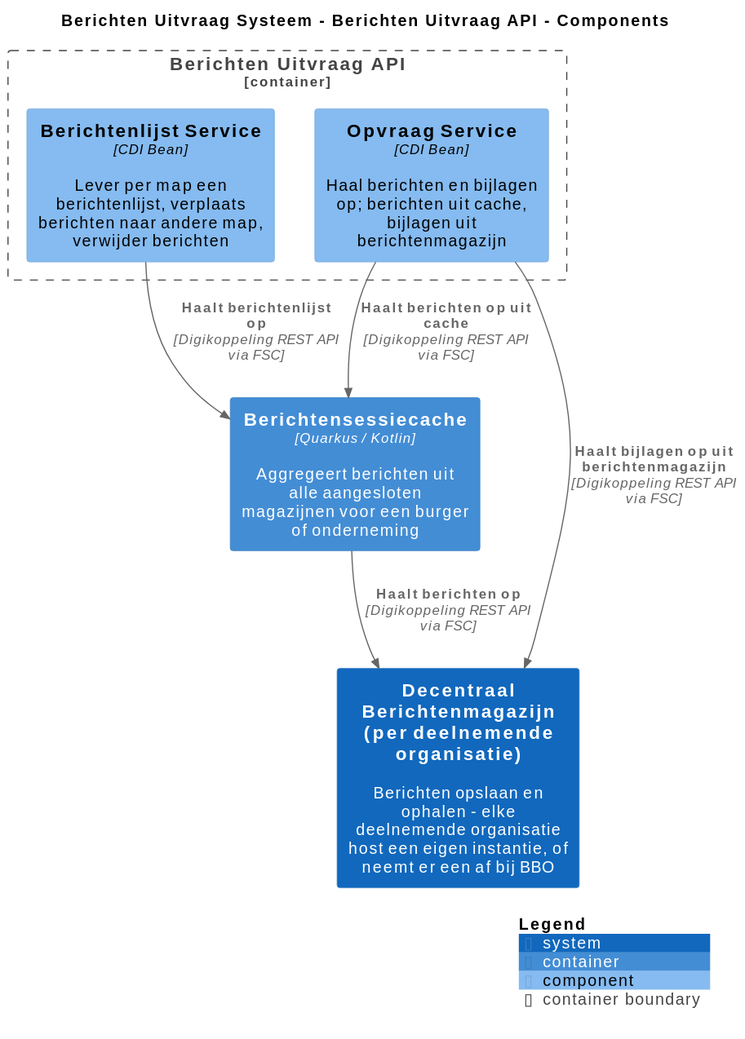
Above: pr-preview/pr-16/master/svg/BerichtenUitvraagAPIComponenten.svg in MinBZK/moza-poc-fbs-berichtenbox (PlantUML), before the change. Its source is kept beside it as pr-preview/pr-16/master/puml/BerichtenUitvraagAPIComponenten.puml.
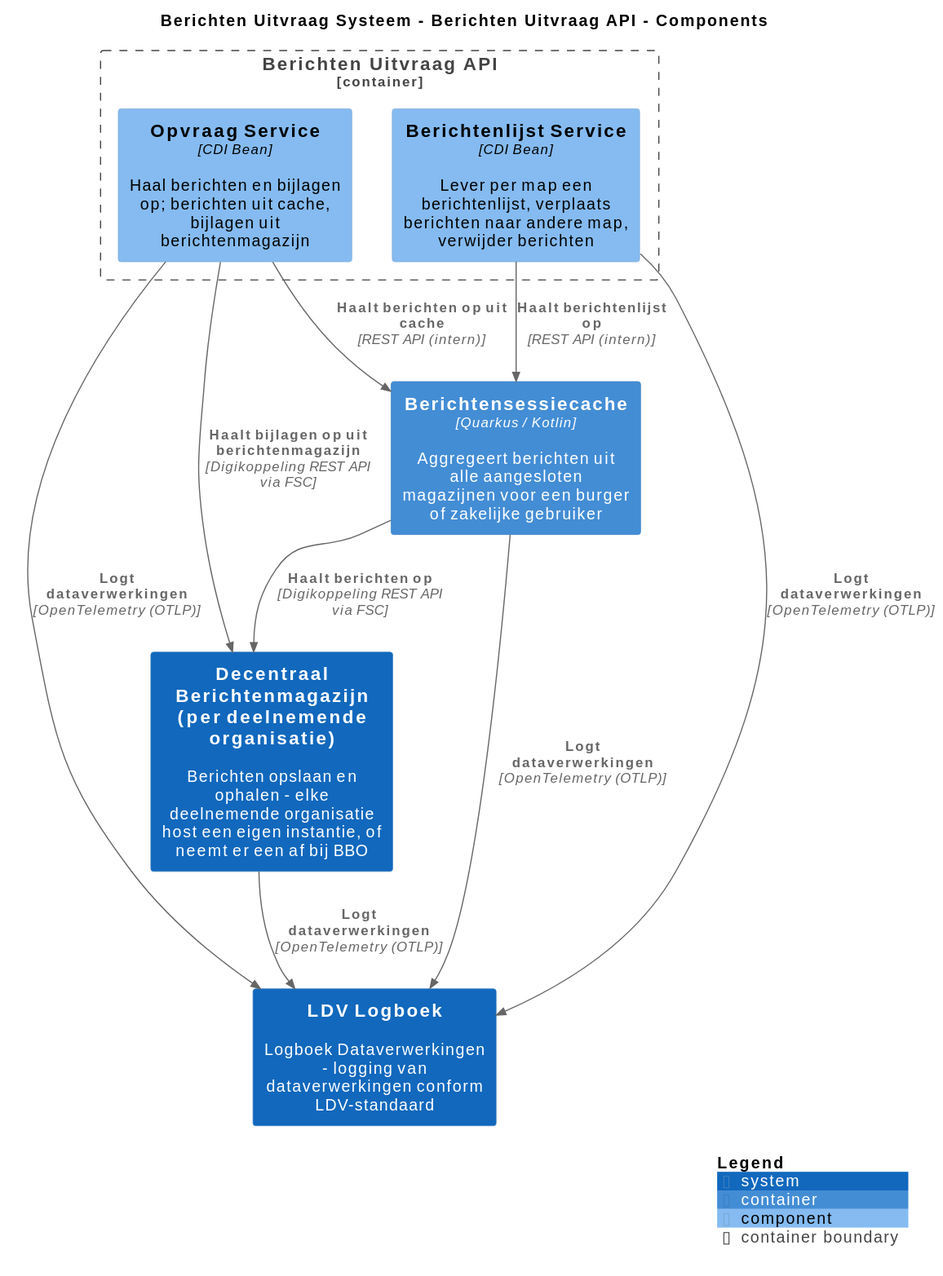
The same diagram one commit later.

Diff of the diagram source:
```diff
@@ -10,17 +10,22 @@
 !include <C4/C4_Component>
 
 System(DecentraalBerichtenmagazijnperdeelnemendeorganisatie, "Decentraal Berichtenmagazijn (per deelnemende organisatie)", $descr="Berichten opslaan en ophalen - elke deelnemende organisatie host een eigen instantie, of neemt er een af bij BBO", $tags="", $link="")
-Container(BerichtenUitvraagSysteem.Berichtensessiecache, "Berichtensessiecache", $techn="Quarkus / Kotlin", $descr="Aggregeert berichten uit alle aangesloten magazijnen voor een burger of onderneming", $tags="", $link="")
+Container(BerichtenUitvraagSysteem.Berichtensessiecache, "Berichtensessiecache", $techn="Quarkus / Kotlin", $descr="Aggregeert berichten uit alle aangesloten magazijnen voor een burger of zakelijke gebruiker", $tags="", $link="")
+System(LDVLogboek, "LDV Logboek", $descr="Logboek Dataverwerkingen - logging van dataverwerkingen conform LDV-standaard", $tags="", $link="")
 
 Container_Boundary("BerichtenUitvraagSysteem.BerichtenUitvraagAPI_boundary", "Berichten Uitvraag API", $tags="") {
   Component(BerichtenUitvraagSysteem.BerichtenUitvraagAPI.BerichtenlijstService, "Berichtenlijst Service", $techn="CDI Bean", $descr="Lever per map een berichtenlijst, verplaats berichten naar andere map, verwijder berichten", $tags="", $link="")
   Component(BerichtenUitvraagSysteem.BerichtenUitvraagAPI.OpvraagService, "Opvraag Service", $techn="CDI Bean", $descr="Haal berichten en bijlagen op; berichten uit cache, bijlagen uit berichtenmagazijn", $tags="", $link="")
 }
 
+Rel(BerichtenUitvraagSysteem.Berichtensessiecache, LDVLogboek, "Logt dataverwerkingen", $techn="OpenTelemetry (OTLP)", $tags="", $link="")
+Rel(BerichtenUitvraagSysteem.BerichtenUitvraagAPI.BerichtenlijstService, LDVLogboek, "Logt dataverwerkingen", $techn="OpenTelemetry (OTLP)", $tags="", $link="")
+Rel(BerichtenUitvraagSysteem.BerichtenUitvraagAPI.OpvraagService, LDVLogboek, "Logt dataverwerkingen", $techn="OpenTelemetry (OTLP)", $tags="", $link="")
+Rel(BerichtenUitvraagSysteem.BerichtenUitvraagAPI.OpvraagService, BerichtenUitvraagSysteem.Berichtensessiecache, "Haalt berichten op uit cache", $techn="REST API (intern)", $tags="", $link="")
+Rel(BerichtenUitvraagSysteem.BerichtenUitvraagAPI.BerichtenlijstService, BerichtenUitvraagSysteem.Berichtensessiecache, "Haalt berichtenlijst op", $techn="REST API (intern)", $tags="", $link="")
+Rel(BerichtenUitvraagSysteem.BerichtenUitvraagAPI.OpvraagService, DecentraalBerichtenmagazijnperdeelnemendeorganisatie, "Haalt bijlagen op uit berichtenmagazijn", $techn="Digikoppeling REST API via FSC", $tags="", $link="")
 Rel(BerichtenUitvraagSysteem.Berichtensessiecache, DecentraalBerichtenmagazijnperdeelnemendeorganisatie, "Haalt berichten op", $techn="Digikoppeling REST API via FSC", $tags="", $link="")
-Rel(BerichtenUitvraagSysteem.BerichtenUitvraagAPI.OpvraagService, BerichtenUitvraagSysteem.Berichtensessiecache, "Haalt berichten op uit cache", $techn="Digikoppeling REST API via FSC", $tags="", $link="")
-Rel(BerichtenUitvraagSysteem.BerichtenUitvraagAPI.BerichtenlijstService, BerichtenUitvraagSysteem.Berichtensessiecache, "Haalt berichtenlijst op", $techn="Digikoppeling REST API via FSC", $tags="", $link="")
-Rel(BerichtenUitvraagSysteem.BerichtenUitvraagAPI.OpvraagService, DecentraalBerichtenmagazijnperdeelnemendeorganisatie, "Haalt bijlagen op uit berichtenmagazijn", $techn="Digikoppeling REST API via FSC", $tags="", $link="")
+Rel(DecentraalBerichtenmagazijnperdeelnemendeorganisatie, LDVLogboek, "Logt dataverwerkingen", $techn="OpenTelemetry (OTLP)", $tags="", $link="")
 
 SHOW_LEGEND(true)
 @enduml
```
